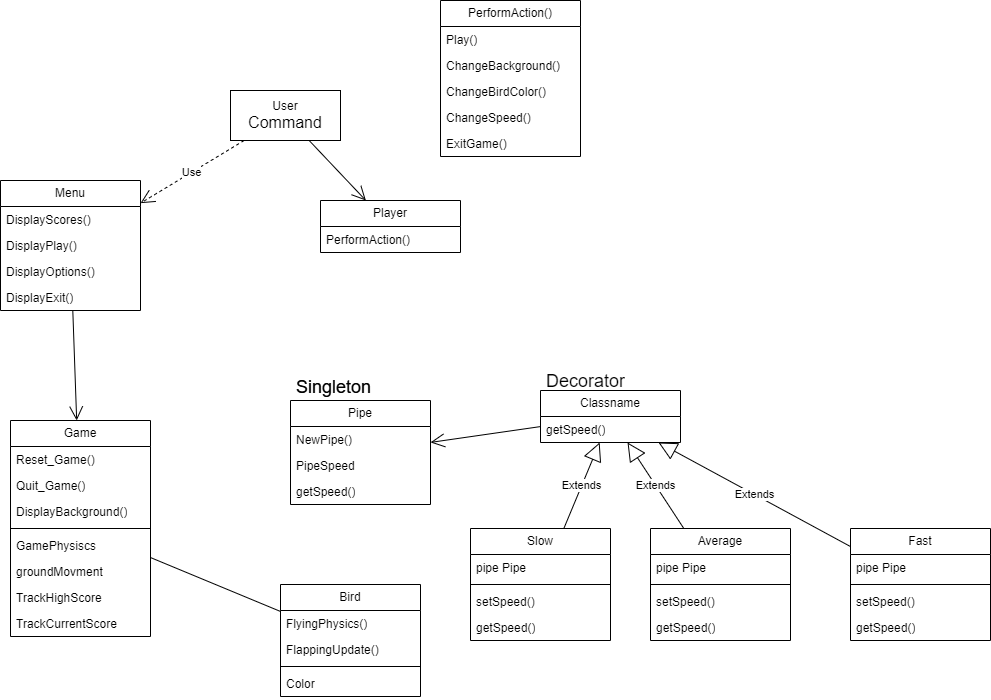
The draw.io diagram Untitled Diagram.drawio.png in Jahu7593/OOAD_Final_Project, before a commit. Source tidied: cells renumbered, new cells last; positions are measured from the earlier drawing's top-left corner, leaving out a move shared by most shapes.
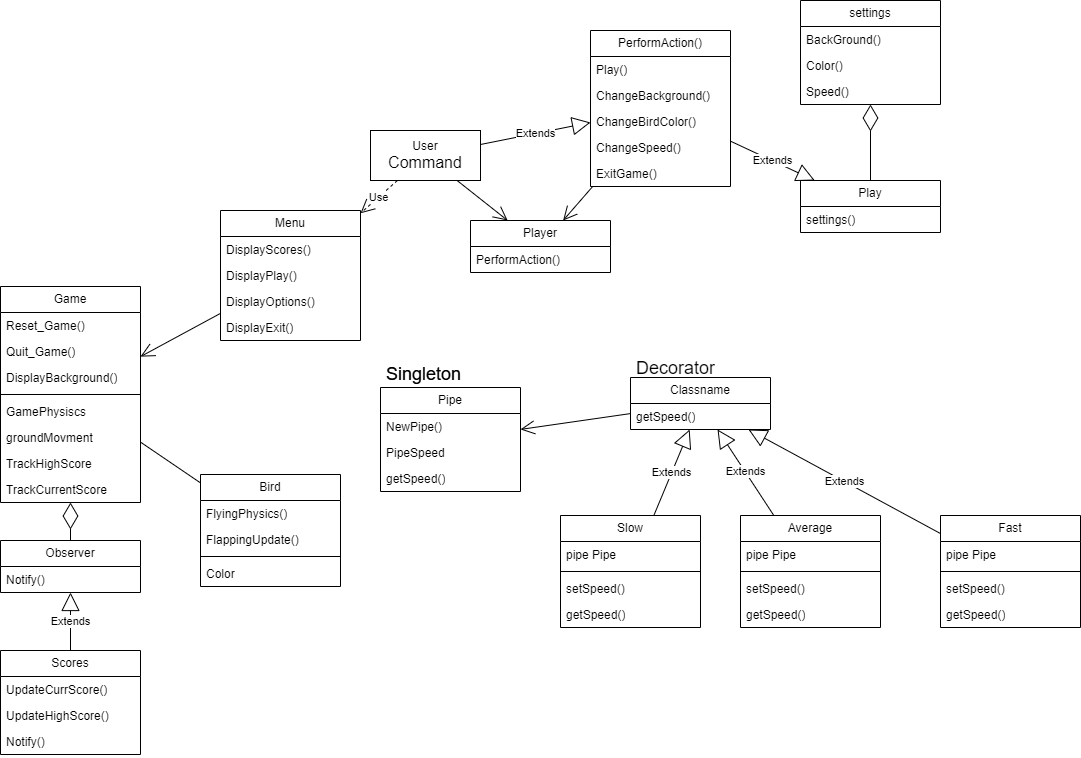
Above is the later version.

What changed in the source:
```diff
@@ -3,7 +3,7 @@
     <mxCell id="0" />
     <mxCell id="1" parent="0" />
     <mxCell id="2" value="Game" style="swimlane;fontStyle=0;horizontal=1;startSize=26;fillColor=none;whiteSpace=wrap;html=1;" parent="1" vertex="1">
-      <mxGeometry x="10" y="420" width="140" height="216" as="geometry" />
+      <mxGeometry x="-90" y="299" width="140" height="216" as="geometry" />
     </mxCell>
     <mxCell id="3" value="Reset_Game()" style="text;strokeColor=none;fillColor=none;align=left;verticalAlign=top;spacingLeft=4;spacingRight=4;overflow=hidden;whiteSpace=wrap;html=1;" parent="2" vertex="1">
       <mxGeometry y="26" width="140" height="26" as="geometry" />
@@ -30,7 +30,7 @@
       <mxGeometry y="190" width="140" height="26" as="geometry" />
     </mxCell>
     <mxCell id="11" value="Bird" style="swimlane;fontStyle=0;horizontal=1;startSize=26;fillColor=none;whiteSpace=wrap;html=1;" parent="1" vertex="1">
-      <mxGeometry x="280" y="584" width="140" height="112" as="geometry" />
+      <mxGeometry x="110" y="487" width="140" height="112" as="geometry" />
     </mxCell>
     <mxCell id="12" value="FlyingPhysics()" style="text;strokeColor=none;fillColor=none;align=left;verticalAlign=top;spacingLeft=4;spacingRight=4;overflow=hidden;whiteSpace=wrap;html=1;" parent="11" vertex="1">
       <mxGeometry y="26" width="140" height="26" as="geometry" />
@@ -132,7 +132,7 @@
       <mxGeometry relative="1" as="geometry" />
     </mxCell>
     <mxCell id="45" value="Menu" style="swimlane;fontStyle=0;horizontal=1;startSize=26;fillColor=none;whiteSpace=wrap;html=1;" parent="1" vertex="1">
-      <mxGeometry y="180" width="140" height="130" as="geometry" />
+      <mxGeometry x="130" y="223" width="140" height="130" as="geometry" />
     </mxCell>
     <mxCell id="46" value="DisplayScores()" style="text;strokeColor=none;fillColor=none;align=left;verticalAlign=top;spacingLeft=4;spacingRight=4;overflow=hidden;whiteSpace=wrap;html=1;" parent="45" vertex="1">
       <mxGeometry y="26" width="140" height="26" as="geometry" />
@@ -150,13 +150,13 @@
       <mxGeometry relative="1" as="geometry" />
     </mxCell>
     <mxCell id="51" value="User&lt;br&gt;&lt;font size=&quot;3&quot;&gt;Command&lt;/font&gt;" style="html=1;whiteSpace=wrap;" parent="1" vertex="1">
-      <mxGeometry x="230" y="90" width="110" height="50" as="geometry" />
+      <mxGeometry x="280" y="143" width="110" height="50" as="geometry" />
     </mxCell>
     <mxCell id="52" value="Use" style="endArrow=open;endSize=12;dashed=1;html=1;rounded=0;" parent="1" edge="1" source="51" target="45">
       <mxGeometry relative="1" as="geometry" />
     </mxCell>
     <mxCell id="53" value="Player" style="swimlane;fontStyle=0;horizontal=1;startSize=26;fillColor=none;whiteSpace=wrap;html=1;" parent="1" vertex="1">
-      <mxGeometry x="320" y="200" width="140" height="52" as="geometry" />
+      <mxGeometry x="380" y="233" width="140" height="52" as="geometry" />
     </mxCell>
     <mxCell id="54" value="PerformAction()" style="text;strokeColor=none;fillColor=none;align=left;verticalAlign=top;spacingLeft=4;spacingRight=4;overflow=hidden;whiteSpace=wrap;html=1;" parent="53" vertex="1">
       <mxGeometry y="26" width="140" height="26" as="geometry" />
@@ -165,7 +165,7 @@
       <mxGeometry relative="1" as="geometry" />
     </mxCell>
     <mxCell id="56" value="PerformAction()" style="swimlane;fontStyle=0;horizontal=1;startSize=26;fillColor=none;whiteSpace=wrap;html=1;" parent="1" vertex="1">
-      <mxGeometry x="440" width="140" height="156" as="geometry" />
+      <mxGeometry x="500" y="43" width="140" height="156" as="geometry" />
     </mxCell>
     <mxCell id="57" value="Play()" style="text;strokeColor=none;fillColor=none;align=left;verticalAlign=top;spacingLeft=4;spacingRight=4;overflow=hidden;whiteSpace=wrap;html=1;" parent="56" vertex="1">
       <mxGeometry y="26" width="140" height="26" as="geometry" />
@@ -182,5 +182,59 @@
     <mxCell id="61" value="ExitGame()" style="text;strokeColor=none;fillColor=none;align=left;verticalAlign=top;spacingLeft=4;spacingRight=4;overflow=hidden;whiteSpace=wrap;html=1;" parent="56" vertex="1">
       <mxGeometry y="130" width="140" height="26" as="geometry" />
     </mxCell>
+    <mxCell id="62" value="Play" style="swimlane;fontStyle=0;horizontal=1;startSize=26;fillColor=none;whiteSpace=wrap;html=1;" parent="1" vertex="1">
+      <mxGeometry x="710" y="193" width="140" height="52" as="geometry" />
+    </mxCell>
+    <mxCell id="63" value="settings()" style="text;strokeColor=none;fillColor=none;align=left;verticalAlign=top;spacingLeft=4;spacingRight=4;overflow=hidden;whiteSpace=wrap;html=1;" parent="62" vertex="1">
+      <mxGeometry y="26" width="140" height="26" as="geometry" />
+    </mxCell>
+    <mxCell id="64" style="endArrow=open;endFill=1;endSize=12;html=1;rounded=0;" parent="1" edge="1" source="56" target="53">
+      <mxGeometry relative="1" as="geometry" />
+    </mxCell>
+    <mxCell id="65" value="Extends" style="endArrow=block;endSize=16;endFill=0;html=1;rounded=0;" parent="1" edge="1" source="51" target="56">
+      <mxGeometry relative="1" as="geometry" />
+    </mxCell>
+    <mxCell id="66" value="Extends" style="endArrow=block;endSize=16;endFill=0;html=1;rounded=0;" parent="1" edge="1" source="56" target="62">
+      <mxGeometry relative="1" as="geometry" />
+    </mxCell>
+    <mxCell id="67" style="endArrow=diamondThin;endFill=0;endSize=24;html=1;rounded=0;" parent="1" edge="1" source="62" target="68">
+      <mxGeometry relative="1" as="geometry" />
+    </mxCell>
+    <mxCell id="68" value="settings" style="swimlane;fontStyle=0;horizontal=1;startSize=26;fillColor=none;whiteSpace=wrap;html=1;" parent="1" vertex="1">
+      <mxGeometry x="710" y="13" width="140" height="104" as="geometry" />
+    </mxCell>
+    <mxCell id="69" value="BackGround()" style="text;strokeColor=none;fillColor=none;align=left;verticalAlign=top;spacingLeft=4;spacingRight=4;overflow=hidden;whiteSpace=wrap;html=1;" parent="68" vertex="1">
+      <mxGeometry y="26" width="140" height="26" as="geometry" />
+    </mxCell>
+    <mxCell id="70" value="Color()" style="text;strokeColor=none;fillColor=none;align=left;verticalAlign=top;spacingLeft=4;spacingRight=4;overflow=hidden;whiteSpace=wrap;html=1;" parent="68" vertex="1">
+      <mxGeometry y="52" width="140" height="26" as="geometry" />
+    </mxCell>
+    <mxCell id="71" value="Speed()" style="text;strokeColor=none;fillColor=none;align=left;verticalAlign=top;spacingLeft=4;spacingRight=4;overflow=hidden;whiteSpace=wrap;html=1;" parent="68" vertex="1">
+      <mxGeometry y="78" width="140" height="26" as="geometry" />
+    </mxCell>
+    <mxCell id="72" style="endArrow=diamondThin;endFill=0;endSize=24;html=1;rounded=0;" parent="1" edge="1" source="73" target="2">
+      <mxGeometry relative="1" as="geometry" />
+    </mxCell>
+    <mxCell id="73" value="Observer" style="swimlane;fontStyle=0;horizontal=1;startSize=26;fillColor=none;whiteSpace=wrap;html=1;" parent="1" vertex="1">
+      <mxGeometry x="-90" y="553" width="140" height="52" as="geometry" />
+    </mxCell>
+    <mxCell id="74" value="Notify()" style="text;strokeColor=none;fillColor=none;align=left;verticalAlign=top;spacingLeft=4;spacingRight=4;overflow=hidden;whiteSpace=wrap;html=1;" parent="73" vertex="1">
+      <mxGeometry y="26" width="140" height="26" as="geometry" />
+    </mxCell>
+    <mxCell id="75" value="Scores" style="swimlane;fontStyle=0;horizontal=1;startSize=26;fillColor=none;whiteSpace=wrap;html=1;" parent="1" vertex="1">
+      <mxGeometry x="-90" y="663" width="140" height="104" as="geometry" />
+    </mxCell>
+    <mxCell id="76" value="UpdateCurrScore()" style="text;strokeColor=none;fillColor=none;align=left;verticalAlign=top;spacingLeft=4;spacingRight=4;overflow=hidden;whiteSpace=wrap;html=1;" parent="75" vertex="1">
+      <mxGeometry y="26" width="140" height="26" as="geometry" />
+    </mxCell>
+    <mxCell id="77" value="UpdateHighScore()" style="text;strokeColor=none;fillColor=none;align=left;verticalAlign=top;spacingLeft=4;spacingRight=4;overflow=hidden;whiteSpace=wrap;html=1;" parent="75" vertex="1">
+      <mxGeometry y="52" width="140" height="26" as="geometry" />
+    </mxCell>
+    <mxCell id="78" value="Notify()" style="text;strokeColor=none;fillColor=none;align=left;verticalAlign=top;spacingLeft=4;spacingRight=4;overflow=hidden;whiteSpace=wrap;html=1;" parent="75" vertex="1">
+      <mxGeometry y="78" width="140" height="26" as="geometry" />
+    </mxCell>
+    <mxCell id="79" value="Extends" style="endArrow=block;endSize=16;endFill=0;html=1;rounded=0;" parent="1" edge="1" source="75" target="73">
+      <mxGeometry relative="1" as="geometry" />
+    </mxCell>
   </root>
 </mxGraphModel>
```
